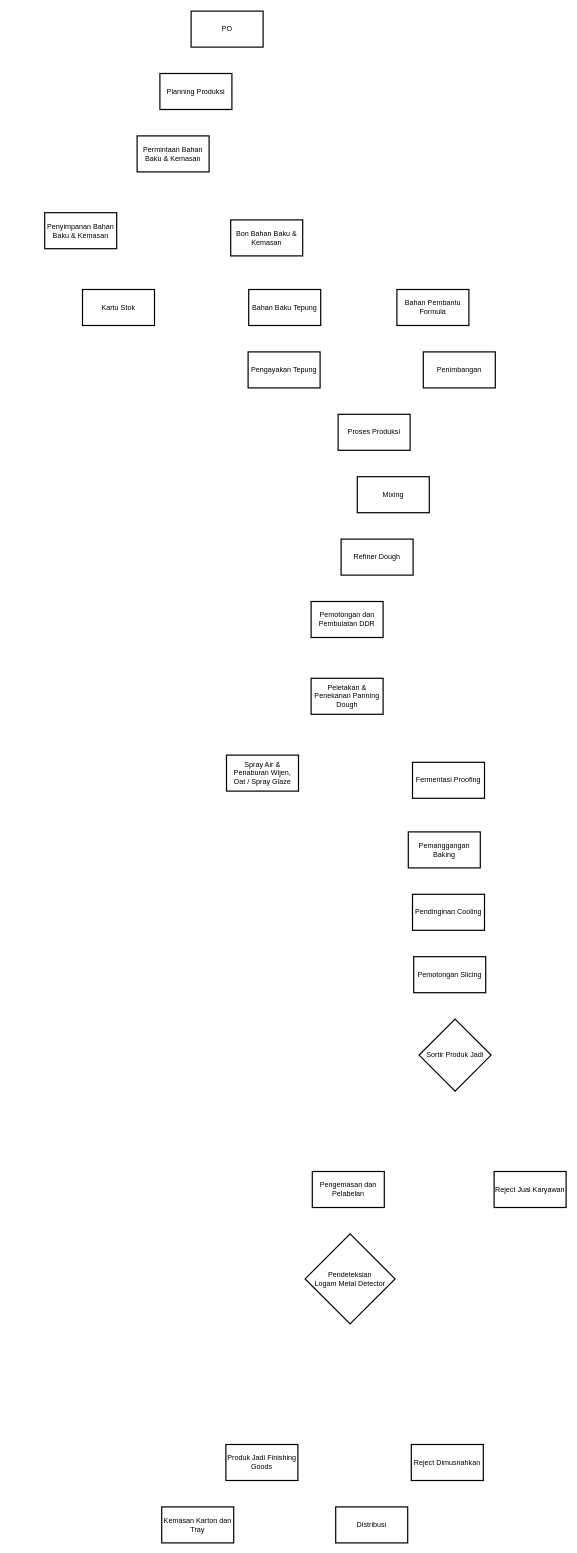
Before: Bun SKL 3.drawio in hafizh911/drawio, a draw.io diagram. Source tidied: cells renumbered, new cells numbered last; positions are measured from the earlier drawing's top-left corner, leaving out a move shared by most shapes. Both pictures are drawn from the tidied source at 60%, with x=0, y=0 at pixel (44, 11).
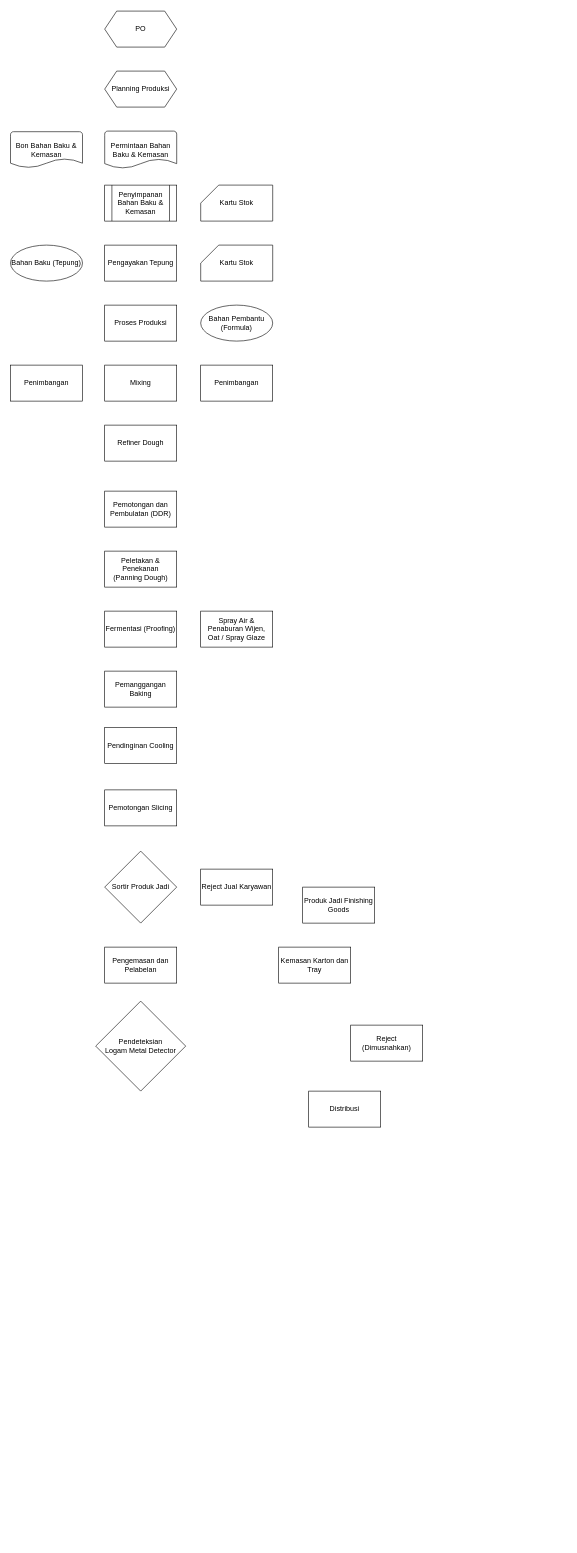
After the change.

The edit, as a diff of the source:
```diff
@@
-    <mxCell id="2" value="PO" style="whiteSpace=wrap;strokeWidth=2;" parent="1" vertex="1">
-      <mxGeometry x="244" width="120" height="60" as="geometry" />
+    <mxCell id="2" value="PO" style="shape=hexagon;perimeter=hexagonPerimeter2;whiteSpace=wrap;html=1;fixedSize=1;strokeWidth=1;" parent="1" vertex="1">
+      <mxGeometry x="100" width="120" height="60" as="geometry" />
     </mxCell>
-    <mxCell id="3" value="Planning Produksi" style="whiteSpace=wrap;strokeWidth=2;" parent="1" vertex="1">
-      <mxGeometry x="192" y="104" width="120" height="60" as="geometry" />
+    <mxCell id="3" value="Planning Produksi" style="shape=hexagon;perimeter=hexagonPerimeter2;whiteSpace=wrap;html=1;fixedSize=1;" parent="1" vertex="1">
+      <mxGeometry x="100" y="100" width="120" height="60" as="geometry" />
     </mxCell>
-    <mxCell id="4" value="Permintaan Bahan Baku &amp; Kemasan" style="whiteSpace=wrap;strokeWidth=2;" parent="1" vertex="1">
-      <mxGeometry x="154" y="208" width="120" height="60" as="geometry" />
+    <mxCell id="4" value="Permintaan Bahan Baku &amp; Kemasan" style="strokeWidth=1;html=1;shape=mxgraph.flowchart.document2;whiteSpace=wrap;size=0.25;" parent="1" vertex="1">
+      <mxGeometry x="100" y="200" width="120" height="62" as="geometry" />
     </mxCell>
-    <mxCell id="5" value="Bon Bahan Baku &amp; Kemasan" style="whiteSpace=wrap;strokeWidth=2;" parent="1" vertex="1">
-      <mxGeometry x="310" y="348" width="120" height="60" as="geometry" />
+    <mxCell id="5" value="Bon Bahan Baku &amp; Kemasan" style="strokeWidth=1;html=1;shape=mxgraph.flowchart.document2;whiteSpace=wrap;size=0.25;" parent="1" vertex="1">
+      <mxGeometry x="-57" y="201" width="120" height="60" as="geometry" />
     </mxCell>
-    <mxCell id="6" value="Penyimpanan Bahan Baku &amp; Kemasan" style="whiteSpace=wrap;strokeWidth=2;" parent="1" vertex="1">
-      <mxGeometry y="336" width="120" height="60" as="geometry" />
+    <mxCell id="6" value="Penyimpanan Bahan Baku &amp; Kemasan" style="shape=process;whiteSpace=wrap;html=1;backgroundOutline=1;" parent="1" vertex="1">
+      <mxGeometry x="100" y="290" width="120" height="60" as="geometry" />
     </mxCell>
-    <mxCell id="7" value="Kartu Stok" style="whiteSpace=wrap;strokeWidth=2;" parent="1" vertex="1">
-      <mxGeometry x="63" y="464" width="120" height="60" as="geometry" />
+    <mxCell id="7" value="Kartu Stok" style="shape=card;whiteSpace=wrap;html=1;" parent="1" vertex="1">
+      <mxGeometry x="260" y="290" width="120" height="60" as="geometry" />
     </mxCell>
-    <mxCell id="8" value="Bahan Baku Tepung" style="whiteSpace=wrap;strokeWidth=2;" parent="1" vertex="1">
-      <mxGeometry x="340" y="464" width="120" height="60" as="geometry" />
+    <mxCell id="8" value="Bahan Baku (Tepung)" style="ellipse;whiteSpace=wrap;html=1;" parent="1" vertex="1">
+      <mxGeometry x="-57" y="390" width="120" height="60" as="geometry" />
     </mxCell>
-    <mxCell id="9" value="Pengayakan Tepung" style="whiteSpace=wrap;strokeWidth=2;" parent="1" vertex="1">
-      <mxGeometry x="339" y="568" width="120" height="60" as="geometry" />
+    <mxCell id="9" value="Pengayakan Tepung" style="whiteSpace=wrap;strokeWidth=1;" parent="1" vertex="1">
+      <mxGeometry x="100" y="390" width="120" height="60" as="geometry" />
     </mxCell>
-    <mxCell id="10" value="Proses Produksi" style="whiteSpace=wrap;strokeWidth=2;" parent="1" vertex="1">
-      <mxGeometry x="489" y="672" width="120" height="60" as="geometry" />
+    <mxCell id="10" value="Proses Produksi" style="whiteSpace=wrap;strokeWidth=1;" parent="1" vertex="1">
+      <mxGeometry x="100" y="490" width="120" height="60" as="geometry" />
     </mxCell>
-    <mxCell id="11" value="Bahan Pembantu Formula" style="whiteSpace=wrap;strokeWidth=2;" parent="1" vertex="1">
-      <mxGeometry x="587" y="464" width="120" height="60" as="geometry" />
+    <mxCell id="11" value="Bahan Pembantu (Formula)" style="ellipse;whiteSpace=wrap;html=1;" parent="1" vertex="1">
+      <mxGeometry x="260" y="490" width="120" height="60" as="geometry" />
     </mxCell>
-    <mxCell id="12" value="Penimbangan" style="whiteSpace=wrap;strokeWidth=2;" parent="1" vertex="1">
-      <mxGeometry x="631" y="568" width="120" height="60" as="geometry" />
+    <mxCell id="12" value="Penimbangan" style="whiteSpace=wrap;strokeWidth=1;" parent="1" vertex="1">
+      <mxGeometry x="260" y="590" width="120" height="60" as="geometry" />
     </mxCell>
-    <mxCell id="13" value="Mixing" style="whiteSpace=wrap;strokeWidth=2;" parent="1" vertex="1">
-      <mxGeometry x="521" y="776" width="120" height="60" as="geometry" />
+    <mxCell id="13" value="Mixing" style="whiteSpace=wrap;strokeWidth=1;" parent="1" vertex="1">
+      <mxGeometry x="100" y="590" width="120" height="60" as="geometry" />
     </mxCell>
-    <mxCell id="14" value="Refiner Dough" style="whiteSpace=wrap;strokeWidth=2;" parent="1" vertex="1">
-      <mxGeometry x="494" y="880" width="120" height="60" as="geometry" />
+    <mxCell id="14" value="Refiner Dough" style="whiteSpace=wrap;strokeWidth=1;" parent="1" vertex="1">
+      <mxGeometry x="100" y="690" width="120" height="60" as="geometry" />
     </mxCell>
-    <mxCell id="15" value="Pemotongan dan Pembulatan DDR" style="whiteSpace=wrap;strokeWidth=2;" parent="1" vertex="1">
-      <mxGeometry x="444" y="984" width="120" height="60" as="geometry" />
+    <mxCell id="15" value="Pemotongan dan Pembulatan (DDR)" style="whiteSpace=wrap;strokeWidth=1;" parent="1" vertex="1">
+      <mxGeometry x="100" y="800" width="120" height="60" as="geometry" />
     </mxCell>
-    <mxCell id="16" value="Peletakan &amp; Penekanan Panning Dough" style="whiteSpace=wrap;strokeWidth=2;" parent="1" vertex="1">
-      <mxGeometry x="444" y="1112" width="120" height="60" as="geometry" />
+    <mxCell id="16" value="Peletakan &amp; Penekanan&#10;(Panning Dough)" style="whiteSpace=wrap;strokeWidth=1;" parent="1" vertex="1">
+      <mxGeometry x="100" y="900" width="120" height="60" as="geometry" />
     </mxCell>
-    <mxCell id="17" value="Spray Air &amp; Penaburan Wijen, Oat / Spray Glaze" style="whiteSpace=wrap;strokeWidth=2;" parent="1" vertex="1">
-      <mxGeometry x="303" y="1240" width="120" height="60" as="geometry" />
+    <mxCell id="17" value="Spray Air &amp; Penaburan Wijen, Oat / Spray Glaze" style="whiteSpace=wrap;strokeWidth=1;" parent="1" vertex="1">
+      <mxGeometry x="260" y="1000" width="120" height="60" as="geometry" />
     </mxCell>
-    <mxCell id="18" value="Fermentasi Proofing" style="whiteSpace=wrap;strokeWidth=2;" parent="1" vertex="1">
-      <mxGeometry x="613" y="1252" width="120" height="60" as="geometry" />
+    <mxCell id="18" value="Fermentasi (Proofing)" style="whiteSpace=wrap;strokeWidth=1;" parent="1" vertex="1">
+      <mxGeometry x="100" y="1000" width="120" height="60" as="geometry" />
     </mxCell>
-    <mxCell id="19" value="Pemanggangan Baking" style="whiteSpace=wrap;strokeWidth=2;" parent="1" vertex="1">
-      <mxGeometry x="606" y="1368" width="120" height="60" as="geometry" />
+    <mxCell id="19" value="Pemanggangan Baking" style="whiteSpace=wrap;strokeWidth=1;" parent="1" vertex="1">
+      <mxGeometry x="100" y="1100" width="120" height="60" as="geometry" />
     </mxCell>
-    <mxCell id="20" value="Pendinginan Cooling" style="whiteSpace=wrap;strokeWidth=2;" parent="1" vertex="1">
-      <mxGeometry x="613" y="1472" width="120" height="60" as="geometry" />
+    <mxCell id="20" value="Pendinginan Cooling" style="whiteSpace=wrap;strokeWidth=1;" parent="1" vertex="1">
+      <mxGeometry x="100" y="1194" width="120" height="60" as="geometry" />
     </mxCell>
-    <mxCell id="21" value="Pemotongan Slicing" style="whiteSpace=wrap;strokeWidth=2;" parent="1" vertex="1">
-      <mxGeometry x="615" y="1576" width="120" height="60" as="geometry" />
+    <mxCell id="21" value="Pemotongan Slicing" style="whiteSpace=wrap;strokeWidth=1;" parent="1" vertex="1">
+      <mxGeometry x="100" y="1298" width="120" height="60" as="geometry" />
     </mxCell>
-    <mxCell id="22" value="Sortir Produk Jadi" style="rhombus;strokeWidth=2;whiteSpace=wrap;" parent="1" vertex="1">
-      <mxGeometry x="624" y="1680" width="120" height="120" as="geometry" />
+    <mxCell id="22" value="Sortir Produk Jadi" style="rhombus;strokeWidth=1;whiteSpace=wrap;" parent="1" vertex="1">
+      <mxGeometry x="100" y="1400" width="120" height="120" as="geometry" />
     </mxCell>
-    <mxCell id="23" value="Pengemasan dan Pelabelan" style="whiteSpace=wrap;strokeWidth=2;" parent="1" vertex="1">
-      <mxGeometry x="446" y="1934" width="120" height="60" as="geometry" />
+    <mxCell id="23" value="Pengemasan dan Pelabelan" style="whiteSpace=wrap;strokeWidth=1;" parent="1" vertex="1">
+      <mxGeometry x="100" y="1560" width="120" height="60" as="geometry" />
     </mxCell>
-    <mxCell id="24" value="Reject Jual Karyawan" style="whiteSpace=wrap;strokeWidth=2;" parent="1" vertex="1">
-      <mxGeometry x="749" y="1934" width="120" height="60" as="geometry" />
+    <mxCell id="24" value="Reject Jual Karyawan" style="whiteSpace=wrap;strokeWidth=1;" parent="1" vertex="1">
+      <mxGeometry x="260" y="1430" width="120" height="60" as="geometry" />
     </mxCell>
-    <mxCell id="25" value="Pendeteksian&#10;Logam Metal Detector" style="rhombus;strokeWidth=2;whiteSpace=wrap;" parent="1" vertex="1">
-      <mxGeometry x="434" y="2038" width="150" height="150" as="geometry" />
+    <mxCell id="25" value="Pendeteksian&#10;Logam Metal Detector" style="rhombus;strokeWidth=1;whiteSpace=wrap;" parent="1" vertex="1">
+      <mxGeometry x="85" y="1650" width="150" height="150" as="geometry" />
     </mxCell>
-    <mxCell id="26" value="Produk Jadi Finishing Goods" style="whiteSpace=wrap;strokeWidth=2;" parent="1" vertex="1">
-      <mxGeometry x="302" y="2389" width="120" height="60" as="geometry" />
+    <mxCell id="26" value="Produk Jadi Finishing Goods" style="whiteSpace=wrap;strokeWidth=1;" parent="1" vertex="1">
+      <mxGeometry x="430" y="1460" width="120" height="60" as="geometry" />
     </mxCell>
-    <mxCell id="27" value="Reject Dimusnahkan" style="whiteSpace=wrap;strokeWidth=2;" parent="1" vertex="1">
-      <mxGeometry x="611" y="2389" width="120" height="60" as="geometry" />
+    <mxCell id="27" value="Reject (Dimusnahkan)" style="whiteSpace=wrap;strokeWidth=1;" parent="1" vertex="1">
+      <mxGeometry x="510" y="1690" width="120" height="60" as="geometry" />
     </mxCell>
-    <mxCell id="28" value="Kemasan Karton dan Tray" style="whiteSpace=wrap;strokeWidth=2;" parent="1" vertex="1">
-      <mxGeometry x="195" y="2493" width="120" height="60" as="geometry" />
+    <mxCell id="28" value="Kemasan Karton dan Tray" style="whiteSpace=wrap;strokeWidth=1;" parent="1" vertex="1">
+      <mxGeometry x="390" y="1560" width="120" height="60" as="geometry" />
     </mxCell>
-    <mxCell id="29" value="Distribusi" style="whiteSpace=wrap;strokeWidth=2;" parent="1" vertex="1">
-      <mxGeometry x="485" y="2493" width="120" height="60" as="geometry" />
+    <mxCell id="29" value="Distribusi" style="whiteSpace=wrap;strokeWidth=1;" parent="1" vertex="1">
+      <mxGeometry x="440" y="1800" width="120" height="60" as="geometry" />
     </mxCell>
+    <mxCell id="30" value="Kartu Stok" style="shape=card;whiteSpace=wrap;html=1;" parent="1" vertex="1">
+      <mxGeometry x="260" y="390" width="120" height="60" as="geometry" />
+    </mxCell>
+    <mxCell id="31" value="Penimbangan" style="whiteSpace=wrap;strokeWidth=1;" parent="1" vertex="1">
+      <mxGeometry x="-57" y="590" width="120" height="60" as="geometry" />
+    </mxCell>
```
